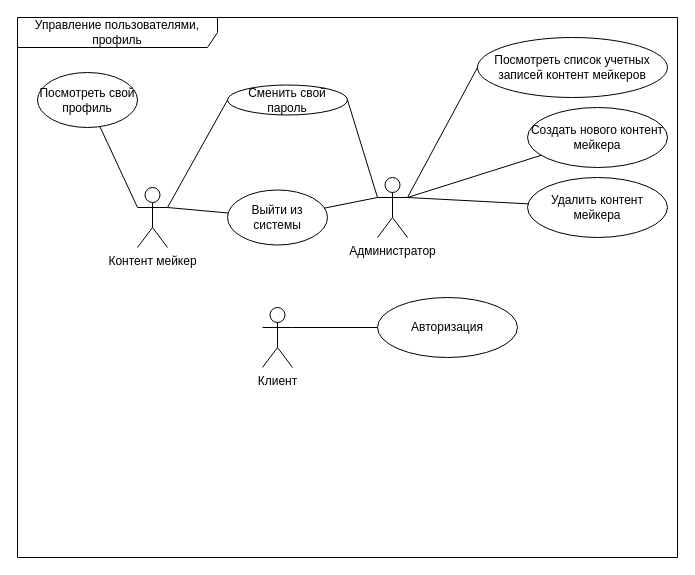
NativCos/CSF.Semestr6.TPO keeps this draw.io diagram as page "use-case управление пользователями и профиль" (2 of 4) of docs/UML Use-Case Diagram.drawio. Above is the earlier version. Source tidied: cells renumbered, new cells numbered last; positions are measured from the earlier drawing's top-left corner, leaving out a move shared by most shapes. Both pictures are drawn from the tidied source at 100%, with x=0, y=0 at pixel (17, 17).
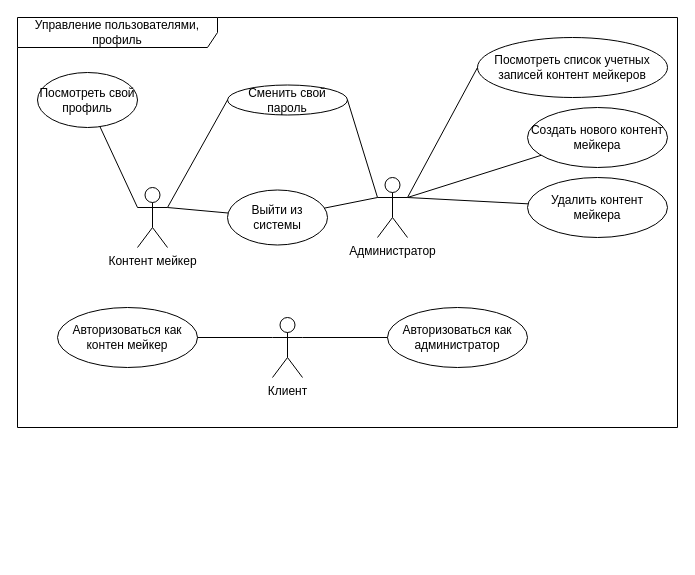
The same page after the edit.

What changed in the source:
```diff
@@
     <mxCell id="2" value="Управление пользователями, профиль" style="shape=umlFrame;whiteSpace=wrap;html=1;width=200;height=30;" parent="1" vertex="1">
-      <mxGeometry width="660" height="540" as="geometry" />
+      <mxGeometry width="660" height="410" as="geometry" />
     </mxCell>
@@
     <mxCell id="16" value="Клиент" style="shape=umlActor;verticalLabelPosition=bottom;labelBackgroundColor=#ffffff;verticalAlign=top;html=1;" parent="1" vertex="1">
-      <mxGeometry x="245" y="290" width="30" height="60" as="geometry" />
+      <mxGeometry x="255" y="300" width="30" height="60" as="geometry" />
     </mxCell>
-    <mxCell id="17" value="Авторизация" style="ellipse;whiteSpace=wrap;html=1;" parent="1" vertex="1">
-      <mxGeometry x="360" y="280" width="140" height="60" as="geometry" />
+    <mxCell id="17" value="Авторизоваться как администратор" style="ellipse;whiteSpace=wrap;html=1;" parent="1" vertex="1">
+      <mxGeometry x="370" y="290" width="140" height="60" as="geometry" />
     </mxCell>
@@
+    <mxCell id="22" value="Авторизоваться как контен мейкер" style="ellipse;whiteSpace=wrap;html=1;" parent="1" vertex="1">
+      <mxGeometry x="40" y="290" width="140" height="60" as="geometry" />
+    </mxCell>
+    <mxCell id="23" style="endArrow=none;startArrow=none;endFill=0;startFill=0;endSize=8;startSize=10;html=1;exitX=0;exitY=0.3333333333333333;exitDx=0;exitDy=0;exitPerimeter=0;" parent="1" edge="1" source="16" target="22">
+      <mxGeometry relative="1" as="geometry" />
+    </mxCell>
```
